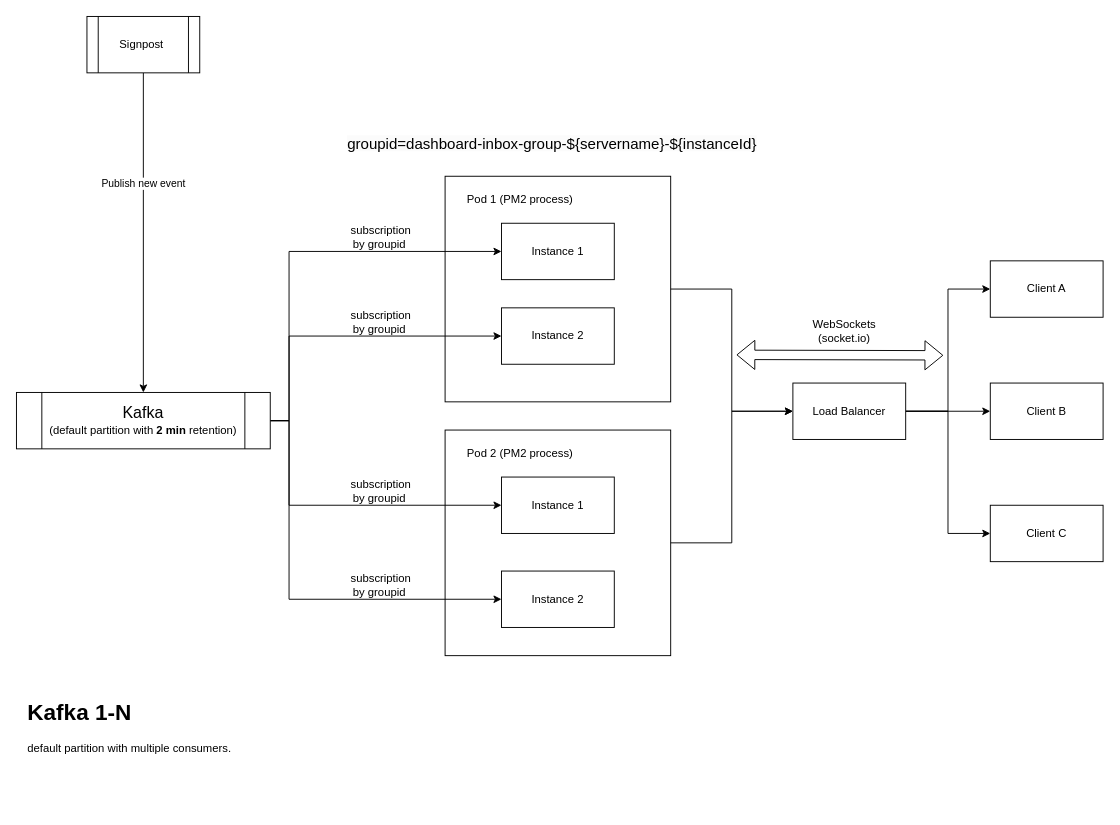
half-6/workflow keeps this draw.io diagram as page "Kafka 1-n" (3 of 5) of hppd-Inbox.drawio. Above is the earlier version. Source tidied: cells renumbered, new cells numbered last; positions are measured from the earlier drawing's top-left corner, leaving out a move shared by most shapes. Both pictures are drawn from the tidied source at 94%, with x=0, y=0 at pixel (16, 16).
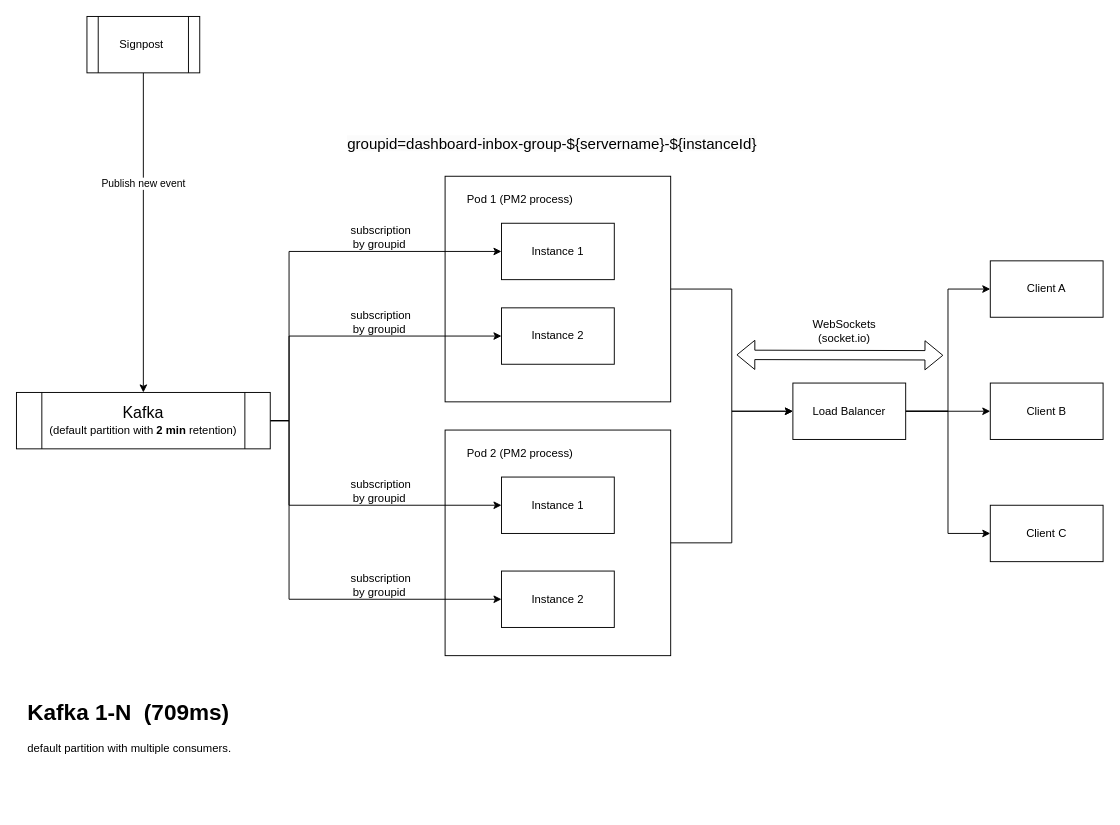
After the change.

What changed in the source:
```diff
@@
-    <mxCell id="36" value="&lt;h1 style=&quot;margin-top: 0px;&quot;&gt;Kafka 1-N&lt;/h1&gt;&lt;p&gt;default partition with multiple consumers.&amp;nbsp; &amp;nbsp;&lt;/p&gt;" style="text;html=1;whiteSpace=wrap;overflow=hidden;rounded=0;" parent="1" vertex="1">
+    <mxCell id="36" value="&lt;h1 style=&quot;margin-top: 0px;&quot;&gt;Kafka 1-N&amp;nbsp; (709ms)&lt;/h1&gt;&lt;p&gt;default partition with multiple consumers.&amp;nbsp; &amp;nbsp;&lt;/p&gt;" style="text;html=1;whiteSpace=wrap;overflow=hidden;rounded=0;" parent="1" vertex="1">
       <mxGeometry x="10" y="720" width="650" height="120" as="geometry" />
     </mxCell>
```
